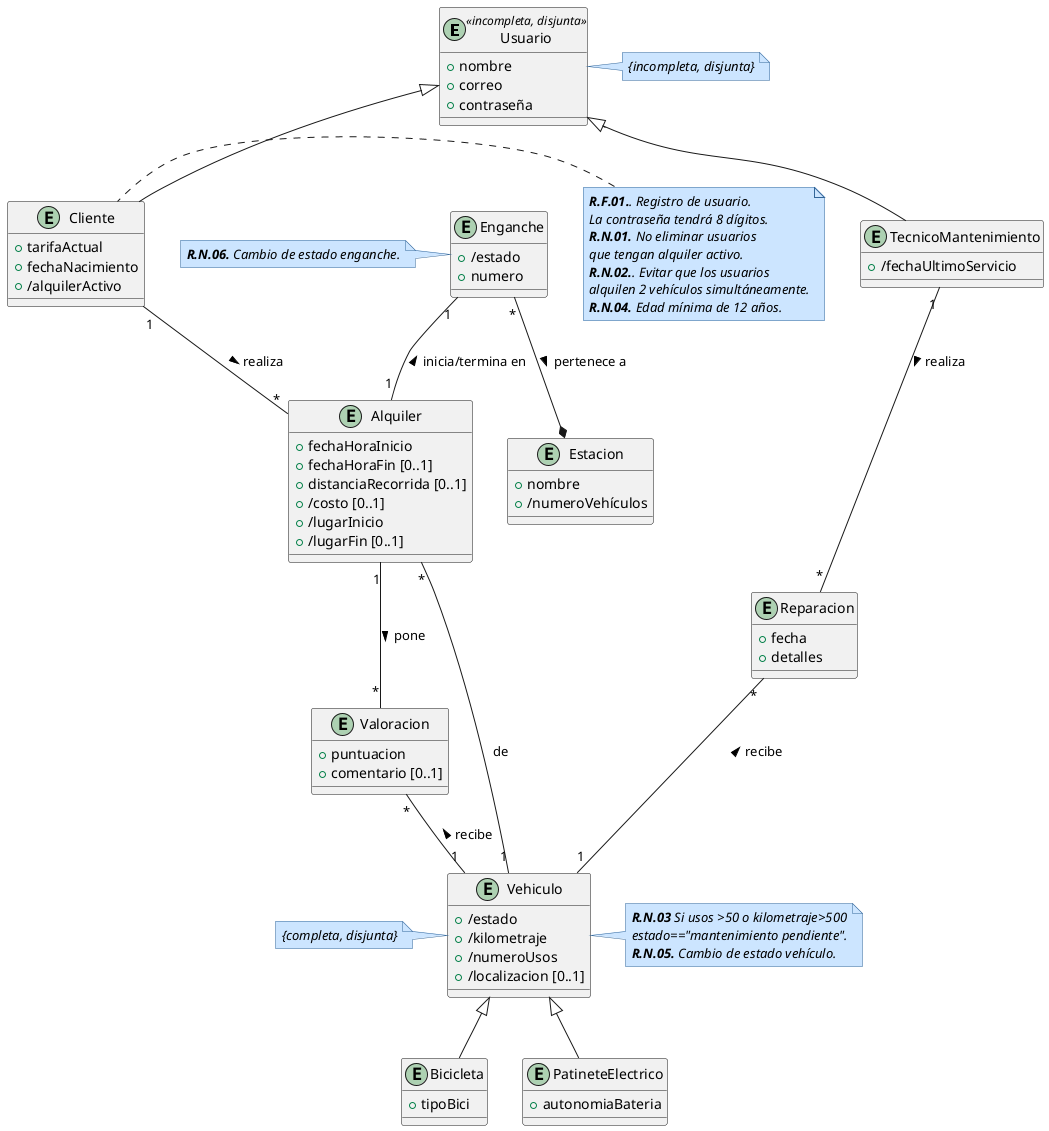
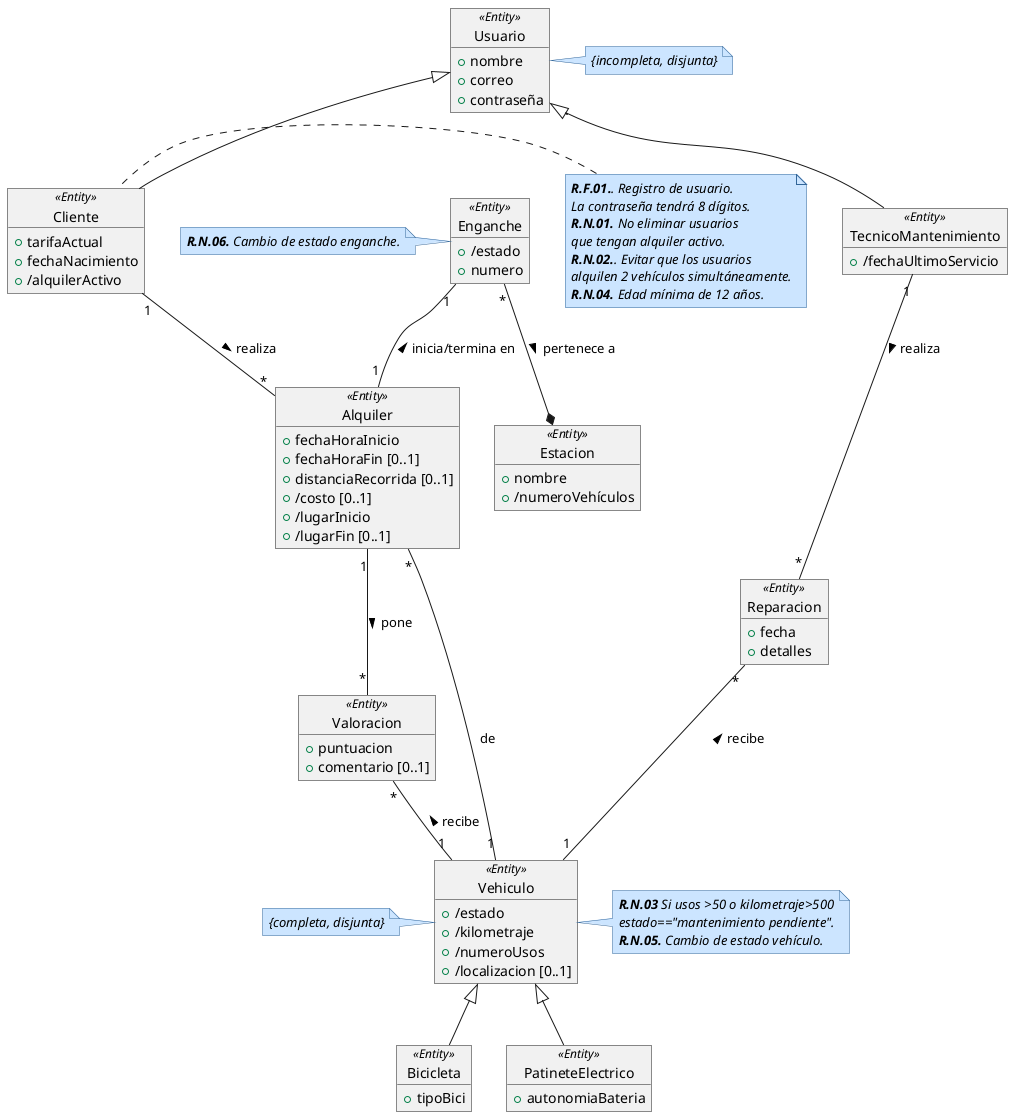
@startuml DiagramaClases

skinparam note {
  BackgroundColor #cce5ff
  BorderColor #336699
  FontStyle italic
}

- entity Usuario<<incompleta, disjunta>> {
+ object Usuario<<Entity>> {
    +nombre
    +correo
    +contraseña
}
note right: {incompleta, disjunta}


- entity Cliente {
+ object Cliente<<Entity>> {
    +tarifaActual
    +fechaNacimiento
    +/alquilerActivo
}
note left
'''
 **R.F.01.**. Registro de usuario.
 La contraseña tendrá 8 dígitos.
 **R.N.01.** No eliminar usuarios
 que tengan alquiler activo.
 **R.N.02.**. Evitar que los usuarios
 alquilen 2 vehículos simultáneamente.
 **R.N.04.** Edad mínima de 12 años.
'''
end note


- entity TecnicoMantenimiento {
+ object TecnicoMantenimiento<<Entity>> {
    +/fechaUltimoServicio
}

- entity Reparacion {
+ object Reparacion<<Entity>> {
    +fecha
    +detalles
}

- entity Valoracion {
+ object Valoracion<<Entity>> {
    +puntuacion
    +comentario [0..1]
}

/'
La distancia recorrida la cuenta el vehículo con un
medidor incorporado y solo se registra cuando termina el recorrido.
Por eso mismo no es derivada de lugar inicio o fin, porque si no si acabas
en el mismo sitio la distancia recorrida sería 0.
'/
- entity Alquiler {
+ object Alquiler<<Entity>> {
    +fechaHoraInicio
    +fechaHoraFin [0..1]
    +distanciaRecorrida [0..1]
    +/costo [0..1]
    +/lugarInicio
    +/lugarFin [0..1]
}

/'
La localización del vehículo se muestra cuando se guarda el vehículo.
No se guarda localización por GPS.
'/
- entity Vehiculo {
+ object Vehiculo<<Entity>> {
    +/estado
    +/kilometraje
    +/numeroUsos
    +/localizacion [0..1]
}
note right
'''
 **R.N.03** Si usos >50 o kilometraje>500
 estado=="mantenimiento pendiente".
 **R.N.05.** Cambio de estado vehículo.
'''
end note
note left of Vehiculo: {completa, disjunta}

- entity Estacion {
+ object Estacion<<Entity>> {
    +nombre
    +/numeroVehículos
}

- entity Enganche {
+ object Enganche<<Entity>> {
    +/estado
    +numero
}
note left
'''
 **R.N.06.** Cambio de estado enganche.
'''
end note

- entity Bicicleta {
+ object Bicicleta<<Entity>> {
    +tipoBici
}

- entity PatineteElectrico {
+ object PatineteElectrico<<Entity>> {
    +autonomiaBateria
}

Usuario <|-- Cliente
Usuario <|-- TecnicoMantenimiento

Enganche "*"--* Estacion : pertenece a >

'Relación directa valoraciones'
Alquiler "1"--"*" Valoracion : pone >
Valoracion "*"--"1" Vehiculo : recibe <

TecnicoMantenimiento "1"--"*" Reparacion : realiza >
Reparacion "*"--"1" Vehiculo : recibe <

Enganche "1" --"1" Alquiler: inicia/termina en <


'Relacion de Alquileres'
Cliente "1"--"*"  Alquiler: realiza >

Alquiler "*"--"1" Vehiculo: de

Vehiculo <|-- Bicicleta
Vehiculo <|-- PatineteElectrico


@enduml